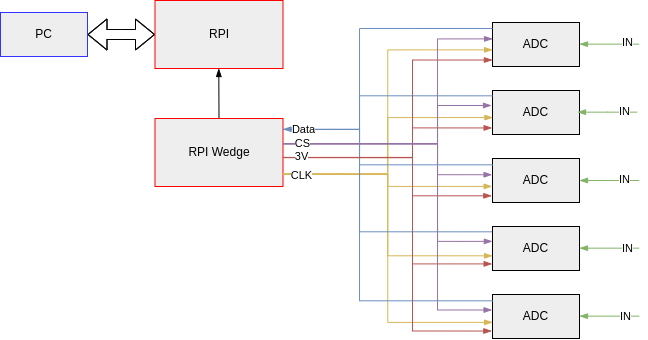
Earlier version of the draw.io export systemdiagram.png (PederIngmar/ttt4280-lab1-s25). Source tidied: cells renumbered, new cells last; positions are measured from the earlier drawing's top-left corner, leaving out a move shared by most shapes.
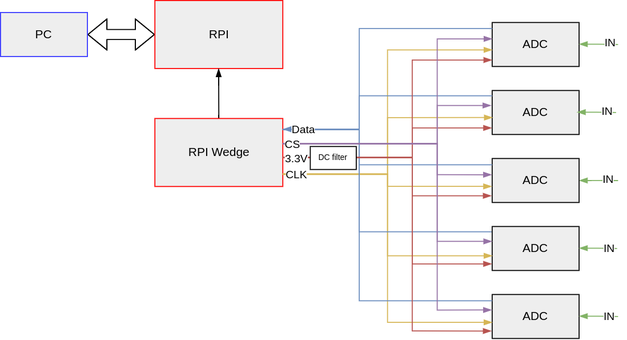
The same diagram one commit later.

The edit, as a diff of the source:
```diff
@@ -25,7 +25,7 @@
     </mxCell>
     <mxCell id="9" style="edgeStyle=elbowEdgeStyle;rounded=0;jettySize=auto;html=1;startArrow=blockThin;endArrow=none;sourcePerimeterSpacing=8;targetPerimeterSpacing=8;exitX=1;exitY=0.5;exitDx=0;exitDy=0;fillColor=#d5e8d4;strokeColor=#82b366;endFill=0;startFill=1;" parent="1" edge="1" source="11">
       <mxGeometry relative="1" as="geometry">
-        <mxPoint x="638.7" y="180" as="targetPoint" />
+        <mxPoint x="618" y="180" as="targetPoint" />
       </mxGeometry>
     </mxCell>
     <mxCell id="10" value="IN" style="edgeLabel;html=1;align=center;verticalAlign=middle;" parent="9" vertex="1">
@@ -57,7 +57,7 @@
     </mxCell>
     <mxCell id="19" value="CLK" style="edgeLabel;html=1;align=center;verticalAlign=middle;" parent="18" vertex="1">
       <mxGeometry x="-0.92" y="-2" relative="1" as="geometry">
-        <mxPoint x="3" y="-1" as="offset" />
+        <mxPoint x="-2" y="-2" as="offset" />
       </mxGeometry>
     </mxCell>
     <mxCell id="20" style="edgeStyle=orthogonalEdgeStyle;jettySize=auto;html=1;rounded=0;endArrow=none;endFill=0;sourcePerimeterSpacing=8;targetPerimeterSpacing=8;entryX=0;entryY=0.121;entryDx=0;entryDy=0;fillColor=#dae8fc;strokeColor=#6c8ebf;entryPerimeter=0;" parent="1" edge="1" target="8">
@@ -109,7 +109,7 @@
     <mxCell id="26" style="edgeStyle=elbowEdgeStyle;rounded=0;orthogonalLoop=1;jettySize=auto;html=1;startArrow=blockThin;endArrow=none;sourcePerimeterSpacing=8;targetPerimeterSpacing=8;exitX=1;exitY=0.5;exitDx=0;exitDy=0;fillColor=#d5e8d4;strokeColor=#82b366;endFill=0;startFill=1;" parent="1" edge="1">
       <mxGeometry relative="1" as="geometry">
         <mxPoint x="579" y="247.7" as="sourcePoint" />
-        <mxPoint x="638.7" y="247.7" as="targetPoint" />
+        <mxPoint x="617" y="248" as="targetPoint" />
       </mxGeometry>
     </mxCell>
     <mxCell id="27" value="IN" style="edgeLabel;html=1;align=center;verticalAlign=middle;" parent="26" vertex="1">
@@ -118,7 +118,7 @@
     <mxCell id="28" style="edgeStyle=elbowEdgeStyle;rounded=0;orthogonalLoop=1;jettySize=auto;html=1;startArrow=blockThin;endArrow=none;sourcePerimeterSpacing=8;targetPerimeterSpacing=8;exitX=1;exitY=0.5;exitDx=0;exitDy=0;fillColor=#d5e8d4;strokeColor=#82b366;endFill=0;startFill=1;" parent="1" edge="1">
       <mxGeometry relative="1" as="geometry">
         <mxPoint x="579" y="315.7" as="sourcePoint" />
-        <mxPoint x="638.7" y="315.7" as="targetPoint" />
+        <mxPoint x="618" y="316" as="targetPoint" />
       </mxGeometry>
     </mxCell>
     <mxCell id="29" value="IN" style="edgeLabel;html=1;align=center;verticalAlign=middle;" parent="28" vertex="1">
@@ -127,7 +127,7 @@
     <mxCell id="30" style="edgeStyle=elbowEdgeStyle;rounded=0;orthogonalLoop=1;jettySize=auto;html=1;startArrow=blockThin;endArrow=none;sourcePerimeterSpacing=8;targetPerimeterSpacing=8;exitX=1;exitY=0.5;exitDx=0;exitDy=0;fillColor=#d5e8d4;strokeColor=#82b366;endFill=0;startFill=1;" parent="1" edge="1">
       <mxGeometry relative="1" as="geometry">
         <mxPoint x="579" y="43.7" as="sourcePoint" />
-        <mxPoint x="638.7" y="43.7" as="targetPoint" />
+        <mxPoint x="618" y="44" as="targetPoint" />
       </mxGeometry>
     </mxCell>
     <mxCell id="31" value="IN" style="edgeLabel;html=1;align=center;verticalAlign=middle;" parent="30" vertex="1">
@@ -136,7 +136,7 @@
     <mxCell id="32" style="edgeStyle=elbowEdgeStyle;rounded=0;orthogonalLoop=1;jettySize=auto;html=1;startArrow=blockThin;endArrow=none;sourcePerimeterSpacing=8;targetPerimeterSpacing=8;exitX=1;exitY=0.5;exitDx=0;exitDy=0;fillColor=#d5e8d4;strokeColor=#82b366;endFill=0;startFill=1;" parent="1" edge="1">
       <mxGeometry relative="1" as="geometry">
         <mxPoint x="577" y="111.7" as="sourcePoint" />
-        <mxPoint x="636.7" y="111.7" as="targetPoint" />
+        <mxPoint x="616" y="112" as="targetPoint" />
       </mxGeometry>
     </mxCell>
     <mxCell id="33" value="IN" style="edgeLabel;html=1;align=center;verticalAlign=middle;" parent="32" vertex="1">
@@ -185,9 +185,9 @@
         </Array>
       </mxGeometry>
     </mxCell>
-    <mxCell id="39" value="3V" style="edgeLabel;html=1;align=center;verticalAlign=middle;" parent="38" vertex="1">
+    <mxCell id="39" value="3.3V" style="edgeLabel;html=1;align=center;verticalAlign=middle;" parent="38" vertex="1">
       <mxGeometry x="0.76" relative="1" as="geometry">
-        <mxPoint x="-28" y="-1" as="offset" />
+        <mxPoint x="-33" y="1" as="offset" />
       </mxGeometry>
     </mxCell>
     <mxCell id="40" style="edgeStyle=orthogonalEdgeStyle;jettySize=auto;html=1;rounded=0;startArrow=blockThin;startFill=1;endArrow=none;endFill=0;sourcePerimeterSpacing=8;targetPerimeterSpacing=8;entryX=1.002;entryY=0.372;entryDx=0;entryDy=0;entryPerimeter=0;fillColor=#e1d5e7;strokeColor=#9673a6;" parent="1" edge="1" target="6">
@@ -237,8 +237,11 @@
     </mxCell>
     <mxCell id="45" value="CS" style="edgeLabel;html=1;align=center;verticalAlign=middle;" parent="44" vertex="1">
       <mxGeometry x="0.91" relative="1" as="geometry">
-        <mxPoint x="2" as="offset" />
+        <mxPoint x="-8" y="1" as="offset" />
       </mxGeometry>
     </mxCell>
+    <mxCell id="46" value="&lt;font style=&quot;font-size: 8px;&quot;&gt;DC filter&lt;/font&gt;" style="rounded=0;whiteSpace=wrap;html=1;spacingBottom=3;" parent="1" vertex="1">
+      <mxGeometry x="310" y="146" width="46" height="23" as="geometry" />
+    </mxCell>
   </root>
 </mxGraphModel>
```
